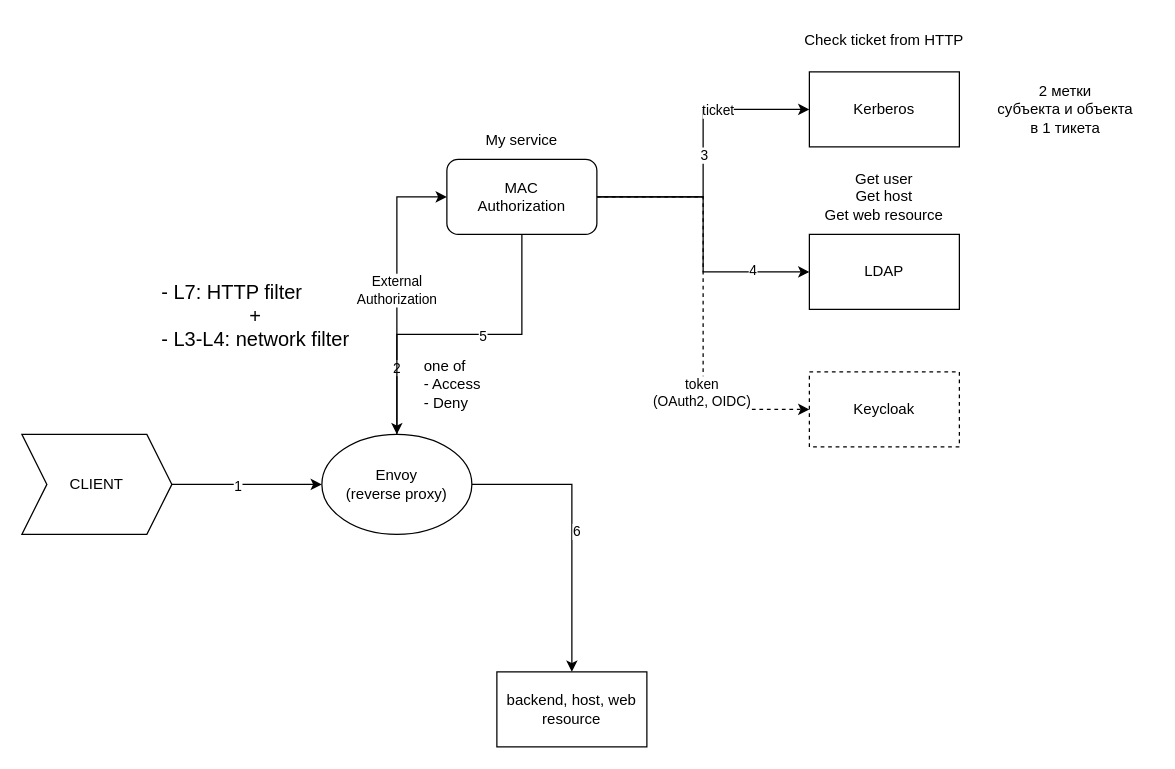
The draw.io diagram docs/mac-reverse-proxy.drawio in Conty111/reverse-proxy-mac, before the edit. Source tidied: cells renumbered, new cells numbered last; positions are measured from the earlier drawing's top-left corner, leaving out a move shared by most shapes. Both pictures are drawn from the tidied source at 125%, with x=0, y=0 at pixel (21, 21).
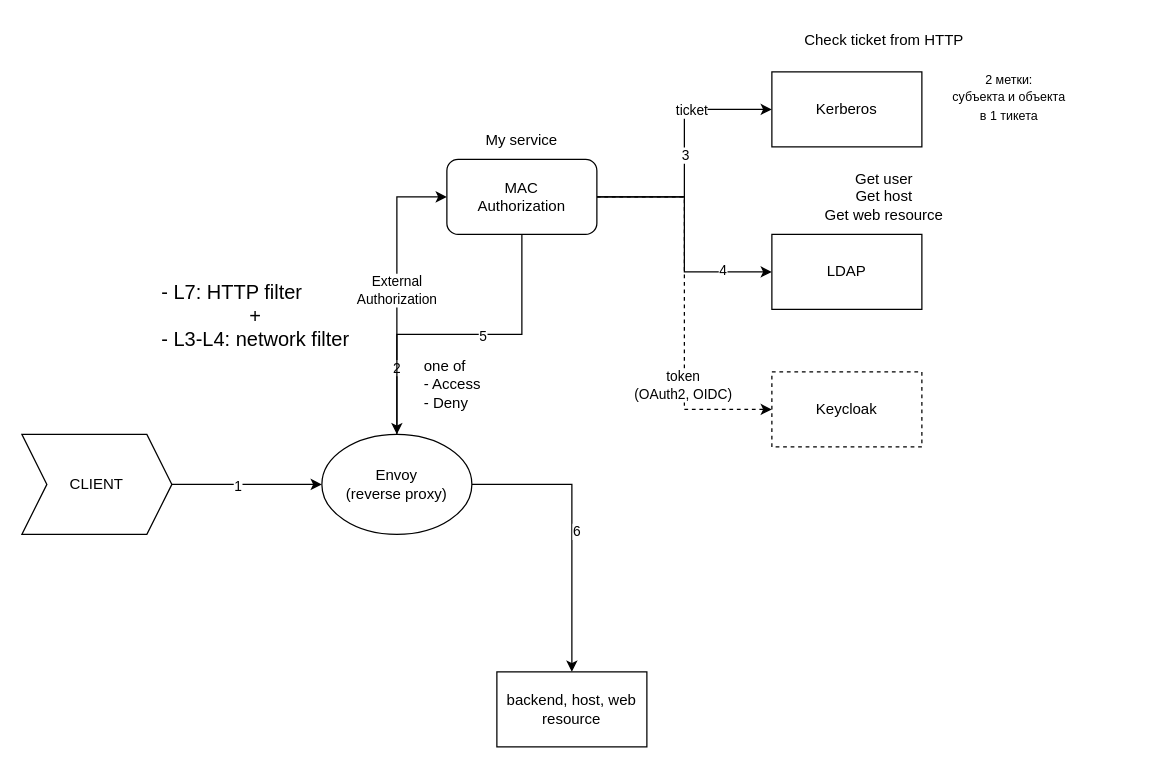
Above is the later version.

Diff of the diagram source:
```diff
@@
     <mxCell id="20" value="Kerberos" style="rounded=0;whiteSpace=wrap;html=1;" parent="1" vertex="1">
-      <mxGeometry x="630" y="40" width="120" height="60" as="geometry" />
+      <mxGeometry x="600" y="40" width="120" height="60" as="geometry" />
     </mxCell>
     <mxCell id="21" value="LDAP" style="rounded=0;whiteSpace=wrap;html=1;" parent="1" vertex="1">
-      <mxGeometry x="630" y="170" width="120" height="60" as="geometry" />
+      <mxGeometry x="600" y="170" width="120" height="60" as="geometry" />
     </mxCell>
     <mxCell id="22" value="Keycloak" style="rounded=0;whiteSpace=wrap;html=1;dashed=1;" parent="1" vertex="1">
-      <mxGeometry x="630" y="280" width="120" height="60" as="geometry" />
+      <mxGeometry x="600" y="280" width="120" height="60" as="geometry" />
     </mxCell>
@@
-    <mxCell id="29" value="2 метки&lt;div&gt;субъекта и объекта&lt;/div&gt;&lt;div&gt;в 1 тикета&lt;/div&gt;" style="text;html=1;whiteSpace=wrap;strokeColor=none;fillColor=none;align=center;verticalAlign=middle;rounded=0;" parent="1" vertex="1">
-      <mxGeometry x="765" y="40" width="140" height="60" as="geometry" />
+    <mxCell id="29" value="&lt;font style=&quot;font-size: 10px;&quot;&gt;2 метки:&lt;/font&gt;&lt;div&gt;&lt;font style=&quot;font-size: 10px;&quot;&gt;субъекта и объекта&lt;/font&gt;&lt;/div&gt;&lt;div&gt;&lt;font style=&quot;font-size: 10px;&quot;&gt;в 1 тикета&lt;/font&gt;&lt;/div&gt;" style="text;html=1;whiteSpace=wrap;strokeColor=none;fillColor=none;align=center;verticalAlign=middle;rounded=0;" parent="1" vertex="1">
+      <mxGeometry x="730" y="30" width="120" height="60" as="geometry" />
     </mxCell>
```
